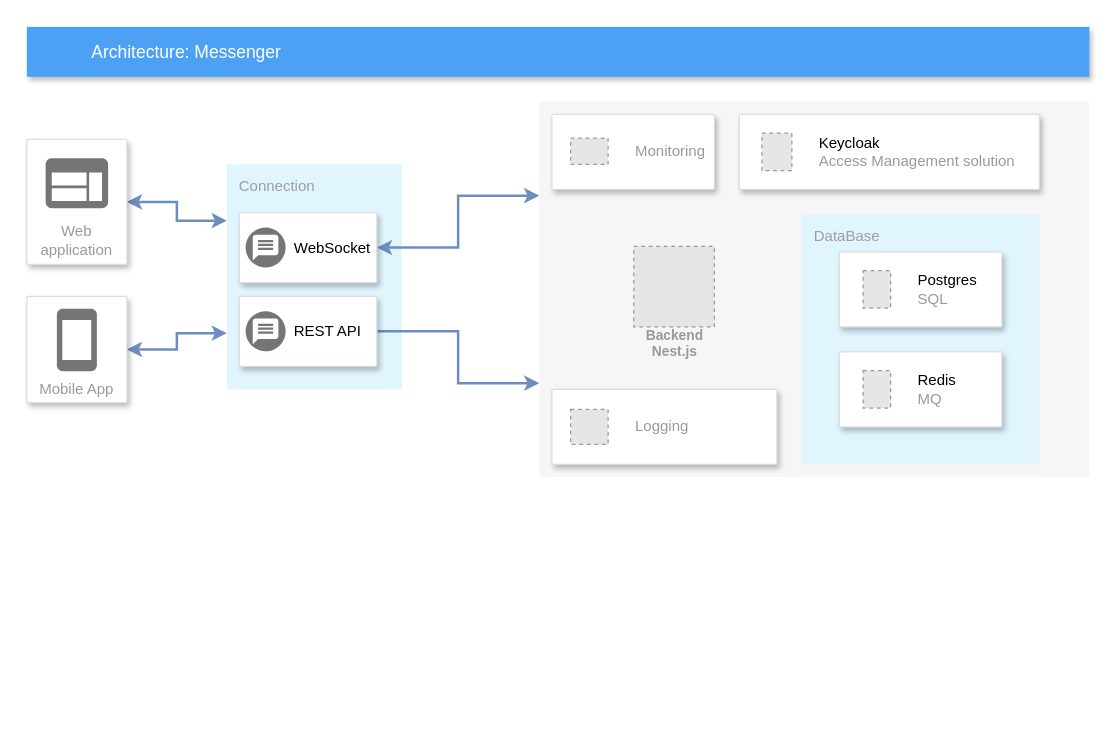
sergeyram/chat_server keeps this draw.io diagram as Диаграмма без названия.drawio. Above is the earlier version. Source tidied: cells renumbered, new cells numbered last; positions are measured from the earlier drawing's top-left corner, leaving out a move shared by most shapes. Both pictures are drawn from the tidied source at 125%, with x=0, y=0 at pixel (26, 26). Pictures stored in the file or linked from it are replaced by grey dashed boxes.
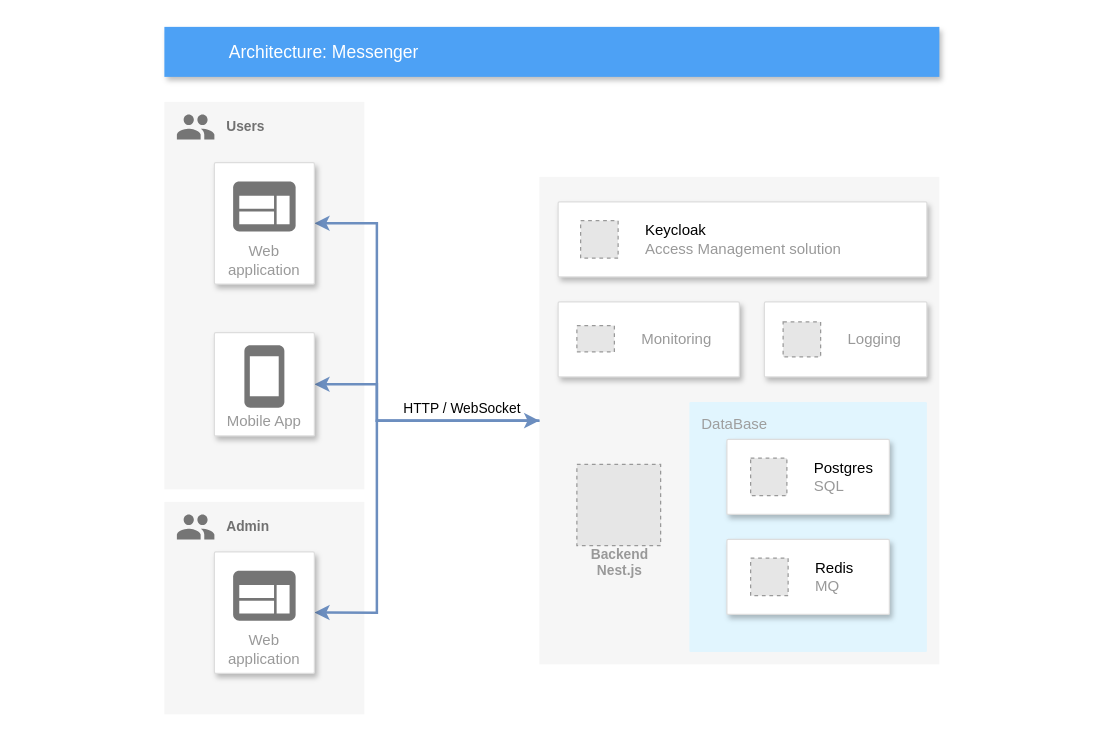
The same page after the edit.

What changed in the source:
```diff
@@
-    <mxCell id="2" value="Connection" style="rounded=1;absoluteArcSize=1;arcSize=2;html=1;strokeColor=none;gradientColor=none;shadow=0;dashed=0;strokeColor=none;fontSize=12;fontColor=#9E9E9E;align=left;verticalAlign=top;spacing=10;spacingTop=-4;fillColor=#E1F5FE;" parent="1" vertex="1">
-      <mxGeometry x="160" y="110" width="140" height="180" as="geometry" />
-    </mxCell>
+    <mxCell id="29" style="group;" parent="1" vertex="1">
+      <mxGeometry x="110" y="60" width="160" height="310" as="geometry" />
+    </mxCell>
+    <mxCell id="30" value="&lt;font style=&quot;font-size: 11px;&quot;&gt;&lt;b&gt;Users&lt;/b&gt;&lt;/font&gt;" style="fillColor=#F6F6F6;strokeColor=none;shadow=0;gradientColor=none;fontSize=14;align=left;spacing=10;fontColor=#717171;9E9E9E;verticalAlign=top;spacingTop=-4;fontStyle=0;spacingLeft=40;html=1;whiteSpace=wrap;" parent="29" vertex="1">
+      <mxGeometry width="160" height="310" as="geometry" />
+    </mxCell>
+    <mxCell id="31" style="sketch=0;dashed=0;html=1;fillColor=#757575;strokeColor=none;shape=mxgraph.gcp2.users;" parent="29" vertex="1">
+      <mxGeometry x="10" y="10" width="30" height="20" as="geometry">
+        <mxPoint x="10" y="10" as="offset" />
+      </mxGeometry>
+    </mxCell>
     <mxCell id="3" style="fillColor=#F6F6F6;strokeColor=none;shadow=0;gradientColor=none;fontSize=14;align=left;spacing=10;fontColor=#717171;9E9E9E;verticalAlign=top;spacingTop=-4;fontStyle=0;spacingLeft=40;html=1;" parent="1" vertex="1">
-      <mxGeometry x="410" y="60" width="440" height="300" as="geometry" />
+      <mxGeometry x="410" y="120" width="320" height="390" as="geometry" />
     </mxCell>
     <mxCell id="4" value="DataBase" style="rounded=1;absoluteArcSize=1;arcSize=2;html=1;strokeColor=none;gradientColor=none;shadow=0;dashed=0;strokeColor=none;fontSize=12;fontColor=#9E9E9E;align=left;verticalAlign=top;spacing=10;spacingTop=-4;fillColor=#E1F5FE;" parent="1" vertex="1">
-      <mxGeometry x="620" y="150" width="190" height="200" as="geometry" />
+      <mxGeometry x="530" y="300" width="190" height="200" as="geometry" />
     </mxCell>
     <mxCell id="5" value="Architecture: Messenger" style="fillColor=#4DA1F5;strokeColor=none;shadow=1;gradientColor=none;fontSize=14;align=left;spacingLeft=50;fontColor=#ffffff;html=1;" parent="1" vertex="1">
-      <mxGeometry width="850" height="40" as="geometry" />
+      <mxGeometry x="110" width="620" height="40" as="geometry" />
     </mxCell>
     <mxCell id="6" style="strokeColor=#dddddd;shadow=1;strokeWidth=1;rounded=1;absoluteArcSize=1;arcSize=2;" parent="1" vertex="1">
-      <mxGeometry x="650" y="180" width="130" height="60" as="geometry" />
+      <mxGeometry x="560" y="330" width="130" height="60" as="geometry" />
     </mxCell>
     <mxCell id="7" value="&lt;font color=&quot;#000000&quot;&gt;Postgres&lt;/font&gt;&lt;br&gt;SQL" style="fillColor=#E6E6E6;strokeColor=#999999;dashed=1;html=1;fontColor=#999999;verticalLabelPosition=middle;labelBackgroundColor=#ffffff;verticalAlign=middle;labelPosition=right;align=left;spacingLeft=20;" parent="6" vertex="1">
-      <mxGeometry width="22" height="30" relative="1" as="geometry">
+      <mxGeometry width="29" height="30" relative="1" as="geometry">
         <mxPoint x="19" y="15" as="offset" />
       </mxGeometry>
     </mxCell>
     <mxCell id="8" style="strokeColor=#dddddd;shadow=1;strokeWidth=1;rounded=1;absoluteArcSize=1;arcSize=2;" parent="1" vertex="1">
-      <mxGeometry x="650" y="260" width="130" height="60" as="geometry" />
+      <mxGeometry x="560" y="410" width="130" height="60" as="geometry" />
     </mxCell>
     <mxCell id="9" value="&lt;font color=&quot;#000000&quot;&gt;Redis&lt;/font&gt;&lt;br&gt;MQ" style="fillColor=#E6E6E6;strokeColor=#999999;dashed=1;html=1;fontColor=#999999;verticalLabelPosition=middle;labelBackgroundColor=#ffffff;verticalAlign=middle;labelPosition=right;align=left;spacingLeft=20;" parent="8" vertex="1">
-      <mxGeometry width="22" height="30" relative="1" as="geometry">
+      <mxGeometry width="30" height="30" relative="1" as="geometry">
         <mxPoint x="19" y="15" as="offset" />
       </mxGeometry>
     </mxCell>
-    <mxCell id="10" style="edgeStyle=orthogonalEdgeStyle;rounded=0;jettySize=auto;html=1;exitX=1;exitY=0.5;exitDx=0;exitDy=0;entryX=0;entryY=0.75;entryDx=0;entryDy=0;fillColor=#dae8fc;strokeColor=#6c8ebf;strokeWidth=2;" parent="1" edge="1" source="11" target="3">
-      <mxGeometry relative="1" as="geometry" />
-    </mxCell>
-    <mxCell id="11" style="strokeColor=#dddddd;shadow=1;strokeWidth=1;rounded=1;absoluteArcSize=1;arcSize=2;" parent="1" vertex="1">
-      <mxGeometry x="170" y="215.5" width="110" height="56" as="geometry" />
-    </mxCell>
-    <mxCell id="12" value="REST API" style="sketch=0;dashed=0;html=1;fillColor=#757575;strokeColor=none;shape=mxgraph.gcp2.push_notification_service;labelPosition=right;verticalLabelPosition=middle;align=left;verticalAlign=middle;spacingLeft=5;fontSize=12;" parent="11" vertex="1">
-      <mxGeometry y="0.5" width="32" height="32" relative="1" as="geometry">
-        <mxPoint x="5" y="-16" as="offset" />
-      </mxGeometry>
-    </mxCell>
-    <mxCell id="13" style="edgeStyle=orthogonalEdgeStyle;rounded=0;jettySize=auto;html=1;exitX=1;exitY=0.5;exitDx=0;exitDy=0;fillColor=#dae8fc;strokeColor=#6c8ebf;strokeWidth=2;startArrow=classic;startFill=1;entryX=0;entryY=0.25;entryDx=0;entryDy=0;" parent="1" edge="1" source="14" target="2">
-      <mxGeometry relative="1" as="geometry" />
-    </mxCell>
-    <mxCell id="14" value="&lt;div&gt;Web&lt;/div&gt;&lt;div&gt;application&lt;/div&gt;" style="strokeColor=#dddddd;shadow=1;strokeWidth=1;rounded=1;absoluteArcSize=1;arcSize=2;labelPosition=center;verticalLabelPosition=middle;align=center;verticalAlign=bottom;spacingLeft=0;fontColor=#999999;fontSize=12;whiteSpace=wrap;spacingBottom=2;html=1;" parent="1" vertex="1">
-      <mxGeometry y="90" width="80" height="100" as="geometry" />
-    </mxCell>
-    <mxCell id="15" style="sketch=0;dashed=0;html=1;fillColor=#757575;strokeColor=none;shape=mxgraph.gcp2.application;" parent="14" vertex="1">
-      <mxGeometry x="0.5" width="50" height="40" relative="1" as="geometry">
-        <mxPoint x="-25" y="15" as="offset" />
-      </mxGeometry>
-    </mxCell>
-    <mxCell id="16" style="edgeStyle=orthogonalEdgeStyle;rounded=0;jettySize=auto;html=1;exitX=1;exitY=0.5;exitDx=0;exitDy=0;entryX=0;entryY=0.75;entryDx=0;entryDy=0;strokeWidth=2;fillColor=#dae8fc;strokeColor=#6c8ebf;startArrow=classic;startFill=1;" parent="1" edge="1" source="17" target="2">
-      <mxGeometry relative="1" as="geometry" />
-    </mxCell>
-    <mxCell id="17" value="Mobile App" style="strokeColor=#dddddd;shadow=1;strokeWidth=1;rounded=1;absoluteArcSize=1;arcSize=2;labelPosition=center;verticalLabelPosition=middle;align=center;verticalAlign=bottom;spacingLeft=0;fontColor=#999999;fontSize=12;whiteSpace=wrap;spacingBottom=2;html=1;" parent="1" vertex="1">
-      <mxGeometry y="215.5" width="80" height="85" as="geometry" />
-    </mxCell>
-    <mxCell id="18" style="sketch=0;dashed=0;html=1;fillColor=#757575;strokeColor=none;shape=mxgraph.gcp2.phone;" parent="17" vertex="1">
-      <mxGeometry x="0.5" width="32" height="50" relative="1" as="geometry">
-        <mxPoint x="-16" y="10" as="offset" />
-      </mxGeometry>
-    </mxCell>
-    <mxCell id="19" style="edgeStyle=orthogonalEdgeStyle;rounded=0;jettySize=auto;html=1;exitX=1;exitY=0.5;exitDx=0;exitDy=0;entryX=0;entryY=0.25;entryDx=0;entryDy=0;startArrow=classic;startFill=1;fillColor=#dae8fc;strokeColor=#6c8ebf;strokeWidth=2;" parent="1" edge="1" source="20" target="3">
-      <mxGeometry relative="1" as="geometry" />
-    </mxCell>
-    <mxCell id="20" style="strokeColor=#dddddd;shadow=1;strokeWidth=1;rounded=1;absoluteArcSize=1;arcSize=2;" parent="1" vertex="1">
-      <mxGeometry x="170" y="148.5" width="110" height="56" as="geometry" />
-    </mxCell>
-    <mxCell id="21" value="WebSocket" style="sketch=0;dashed=0;html=1;fillColor=#757575;strokeColor=none;shape=mxgraph.gcp2.push_notification_service;labelPosition=right;verticalLabelPosition=middle;align=left;verticalAlign=middle;spacingLeft=5;fontSize=12;" parent="20" vertex="1">
-      <mxGeometry y="0.5" width="32" height="32" relative="1" as="geometry">
-        <mxPoint x="5" y="-16" as="offset" />
-      </mxGeometry>
-    </mxCell>
     <mxCell id="22" style="strokeColor=#dddddd;shadow=1;strokeWidth=1;rounded=1;absoluteArcSize=1;arcSize=2;" parent="1" vertex="1">
-      <mxGeometry x="570" y="70" width="240" height="60" as="geometry" />
+      <mxGeometry x="425" y="140" width="295" height="60" as="geometry" />
     </mxCell>
     <mxCell id="23" value="&lt;font color=&quot;#000000&quot;&gt;Keycloak&lt;/font&gt;&lt;br&gt;Access Management solution" style="fillColor=#E6E6E6;strokeColor=#999999;dashed=1;html=1;fontColor=#999999;verticalLabelPosition=middle;labelBackgroundColor=#ffffff;verticalAlign=middle;labelPosition=right;align=left;spacingLeft=20;" parent="22" vertex="1">
-      <mxGeometry width="24" height="30" relative="1" as="geometry">
+      <mxGeometry width="30" height="30" relative="1" as="geometry">
         <mxPoint x="18" y="15" as="offset" />
       </mxGeometry>
     </mxCell>
     <mxCell id="24" style="strokeColor=#dddddd;shadow=1;strokeWidth=1;rounded=1;absoluteArcSize=1;arcSize=2;" parent="1" vertex="1">
-      <mxGeometry x="420" y="70" width="130" height="60" as="geometry" />
+      <mxGeometry x="425" y="220" width="145" height="60" as="geometry" />
     </mxCell>
@@
     <mxCell id="26" style="strokeColor=#dddddd;shadow=1;strokeWidth=1;rounded=1;absoluteArcSize=1;arcSize=2;" parent="1" vertex="1">
-      <mxGeometry x="420" y="290" width="180" height="60" as="geometry" />
+      <mxGeometry x="590" y="220" width="130" height="60" as="geometry" />
     </mxCell>
@@
     <mxCell id="28" value="&lt;div&gt;Backend&lt;/div&gt;&lt;div&gt;Nest.js&lt;/div&gt;" style="fillColor=#E6E6E6;strokeColor=#999999;dashed=1;html=1;verticalAlign=top;labelPosition=center;verticalLabelPosition=bottom;align=center;spacingTop=-6;fontSize=11;fontStyle=1;fontColor=#999999;" parent="1" vertex="1">
-      <mxGeometry x="485.5" y="175.5" width="64.5" height="64.5" as="geometry" />
+      <mxGeometry x="440" y="350" width="67" height="65" as="geometry" />
     </mxCell>
+    <mxCell id="32" style="edgeStyle=orthogonalEdgeStyle;rounded=0;jettySize=auto;html=1;exitX=1;exitY=0.5;exitDx=0;exitDy=0;entryX=0;entryY=0.5;entryDx=0;entryDy=0;startArrow=classic;startFill=1;strokeWidth=2;fillColor=#dae8fc;strokeColor=#6c8ebf;endArrow=classic;endFill=1;" parent="1" edge="1" source="14" target="3">
+      <mxGeometry relative="1" as="geometry">
+        <Array as="points">
+          <mxPoint x="280" y="157" />
+          <mxPoint x="280" y="315" />
+        </Array>
+      </mxGeometry>
+    </mxCell>
+    <mxCell id="33" style="edgeStyle=orthogonalEdgeStyle;rounded=0;jettySize=auto;html=1;exitX=1;exitY=0.5;exitDx=0;exitDy=0;entryX=0;entryY=0.5;entryDx=0;entryDy=0;fillColor=#dae8fc;strokeColor=#6c8ebf;startArrow=classic;startFill=1;strokeWidth=2;endArrow=none;endFill=0;" parent="1" edge="1" source="17" target="3">
+      <mxGeometry relative="1" as="geometry">
+        <Array as="points">
+          <mxPoint x="280" y="286" />
+          <mxPoint x="280" y="315" />
+        </Array>
+      </mxGeometry>
+    </mxCell>
+    <mxCell id="34" value="HTTP / WebSocket" style="edgeLabel;html=1;align=center;verticalAlign=middle;" parent="33" vertex="1">
+      <mxGeometry x="0.41" y="2" relative="1" as="geometry">
+        <mxPoint y="-9" as="offset" />
+      </mxGeometry>
+    </mxCell>
+    <mxCell id="14" value="&lt;div&gt;Web&lt;/div&gt;&lt;div&gt;application&lt;/div&gt;" style="strokeColor=#dddddd;shadow=1;strokeWidth=1;rounded=1;absoluteArcSize=1;arcSize=2;labelPosition=center;verticalLabelPosition=middle;align=center;verticalAlign=bottom;spacingLeft=0;fontColor=#999999;fontSize=12;whiteSpace=wrap;spacingBottom=2;html=1;" parent="1" vertex="1">
+      <mxGeometry x="150" y="108.6" width="80" height="97.1" as="geometry" />
+    </mxCell>
+    <mxCell id="15" style="sketch=0;dashed=0;html=1;fillColor=#757575;strokeColor=none;shape=mxgraph.gcp2.application;" parent="14" vertex="1">
+      <mxGeometry x="0.5" width="50" height="40" relative="1" as="geometry">
+        <mxPoint x="-25" y="15" as="offset" />
+      </mxGeometry>
+    </mxCell>
+    <mxCell id="17" value="Mobile App" style="strokeColor=#dddddd;shadow=1;strokeWidth=1;rounded=1;absoluteArcSize=1;arcSize=2;labelPosition=center;verticalLabelPosition=middle;align=center;verticalAlign=bottom;spacingLeft=0;fontColor=#999999;fontSize=12;whiteSpace=wrap;spacingBottom=2;html=1;" parent="1" vertex="1">
+      <mxGeometry x="150" y="244.6" width="80" height="82.6" as="geometry" />
+    </mxCell>
+    <mxCell id="18" style="sketch=0;dashed=0;html=1;fillColor=#757575;strokeColor=none;shape=mxgraph.gcp2.phone;" parent="17" vertex="1">
+      <mxGeometry x="0.5" width="32" height="50" relative="1" as="geometry">
+        <mxPoint x="-16" y="10" as="offset" />
+      </mxGeometry>
+    </mxCell>
+    <mxCell id="35" value="&lt;b&gt;&lt;font style=&quot;font-size: 11px;&quot;&gt;Admin&lt;/font&gt;&lt;/b&gt;" style="fillColor=#F6F6F6;strokeColor=none;shadow=0;gradientColor=none;fontSize=14;align=left;spacing=10;fontColor=#717171;9E9E9E;verticalAlign=top;spacingTop=-4;fontStyle=0;spacingLeft=40;html=1;whiteSpace=wrap;" parent="1" vertex="1">
+      <mxGeometry x="110" y="380" width="160" height="170" as="geometry" />
+    </mxCell>
+    <mxCell id="36" style="sketch=0;dashed=0;html=1;fillColor=#757575;strokeColor=none;shape=mxgraph.gcp2.users;" parent="1" vertex="1">
+      <mxGeometry x="120" y="390" width="30" height="20" as="geometry">
+        <mxPoint x="10" y="10" as="offset" />
+      </mxGeometry>
+    </mxCell>
+    <mxCell id="37" style="edgeStyle=orthogonalEdgeStyle;rounded=0;jettySize=auto;html=1;exitX=1;exitY=0.5;exitDx=0;exitDy=0;entryX=0;entryY=0.5;entryDx=0;entryDy=0;fillColor=#dae8fc;strokeColor=#6c8ebf;strokeWidth=2;startArrow=classic;startFill=1;endArrow=none;endFill=0;" parent="1" edge="1" source="38" target="3">
+      <mxGeometry relative="1" as="geometry">
+        <Array as="points">
+          <mxPoint x="280" y="469" />
+          <mxPoint x="280" y="315" />
+        </Array>
+      </mxGeometry>
+    </mxCell>
+    <mxCell id="38" value="&lt;div&gt;Web&lt;/div&gt;&lt;div&gt;application&lt;/div&gt;" style="strokeColor=#dddddd;shadow=1;strokeWidth=1;rounded=1;absoluteArcSize=1;arcSize=2;labelPosition=center;verticalLabelPosition=middle;align=center;verticalAlign=bottom;spacingLeft=0;fontColor=#999999;fontSize=12;whiteSpace=wrap;spacingBottom=2;html=1;" parent="1" vertex="1">
+      <mxGeometry x="150" y="420" width="80" height="97.1" as="geometry" />
+    </mxCell>
+    <mxCell id="39" style="sketch=0;dashed=0;html=1;fillColor=#757575;strokeColor=none;shape=mxgraph.gcp2.application;" parent="38" vertex="1">
+      <mxGeometry x="0.5" width="50" height="40" relative="1" as="geometry">
+        <mxPoint x="-25" y="15" as="offset" />
+      </mxGeometry>
+    </mxCell>
```
